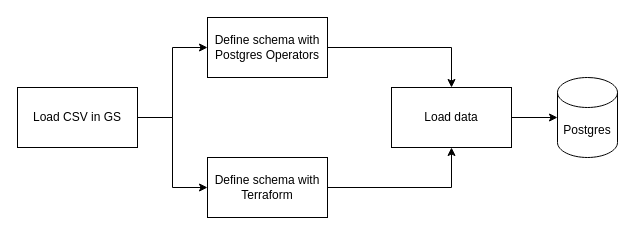
Above: week-02/load_workflow.drawio in carloslme/wizeline-bootcamp (draw.io), before the change. Source tidied: cells renumbered, new cells numbered last; positions are measured from the earlier drawing's top-left corner, leaving out a move shared by most shapes. Both pictures are drawn from the tidied source at 100%, with x=0, y=0 at pixel (17, 17).
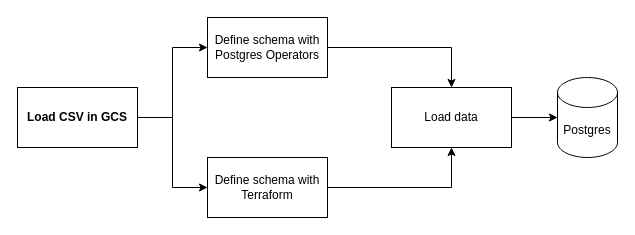
After the change.

Commit message:
feat: add workflow for second derivable

The edit, as a diff of the source:
```diff
@@
 <mxGraphModel>
   <root>
     <mxCell id="0" />
     <mxCell id="1" parent="0" />
     <mxCell id="2" style="edgeStyle=orthogonalEdgeStyle;rounded=0;jettySize=auto;html=1;" parent="1" edge="1" source="3" target="6">
       <mxGeometry relative="1" as="geometry" />
     </mxCell>
     <mxCell id="3" value="Define schema with Postgres Operators" style="rounded=0;whiteSpace=wrap;html=1;" parent="1" vertex="1">
       <mxGeometry x="190" width="120" height="60" as="geometry" />
     </mxCell>
     <mxCell id="4" value="Postgres" style="shape=cylinder3;whiteSpace=wrap;html=1;boundedLbl=1;backgroundOutline=1;size=15;" parent="1" vertex="1">
       <mxGeometry x="540" y="60" width="60" height="80" as="geometry" />
     </mxCell>
     <mxCell id="5" style="edgeStyle=orthogonalEdgeStyle;rounded=0;jettySize=auto;html=1;exitX=1;exitY=0.5;exitDx=0;exitDy=0;entryX=0;entryY=0.5;entryDx=0;entryDy=0;entryPerimeter=0;" parent="1" edge="1" source="6" target="4">
       <mxGeometry relative="1" as="geometry" />
     </mxCell>
     <mxCell id="6" value="Load data" style="rounded=0;whiteSpace=wrap;html=1;" parent="1" vertex="1">
       <mxGeometry x="374" y="70" width="120" height="60" as="geometry" />
     </mxCell>
     <mxCell id="7" style="edgeStyle=orthogonalEdgeStyle;rounded=0;jettySize=auto;html=1;entryX=0;entryY=0.5;entryDx=0;entryDy=0;" parent="1" edge="1" source="9" target="3">
       <mxGeometry relative="1" as="geometry" />
     </mxCell>
     <mxCell id="8" style="edgeStyle=orthogonalEdgeStyle;rounded=0;jettySize=auto;html=1;entryX=0;entryY=0.5;entryDx=0;entryDy=0;" parent="1" edge="1" source="9" target="11">
       <mxGeometry relative="1" as="geometry" />
     </mxCell>
-    <mxCell id="9" value="Load CSV in GS" style="rounded=0;whiteSpace=wrap;html=1;" parent="1" vertex="1">
+    <mxCell id="9" value="Load CSV in GCS" style="rounded=0;whiteSpace=wrap;html=1;fontStyle=1;" parent="1" vertex="1">
       <mxGeometry y="70" width="120" height="60" as="geometry" />
     </mxCell>
     <mxCell id="10" style="edgeStyle=orthogonalEdgeStyle;rounded=0;jettySize=auto;html=1;entryX=0.5;entryY=1;entryDx=0;entryDy=0;" parent="1" edge="1" source="11" target="6">
       <mxGeometry relative="1" as="geometry" />
     </mxCell>
     <mxCell id="11" value="Define schema with Terraform" style="rounded=0;whiteSpace=wrap;html=1;" parent="1" vertex="1">
       <mxGeometry x="190" y="140" width="120" height="60" as="geometry" />
     </mxCell>
   </root>
 </mxGraphModel>
```
